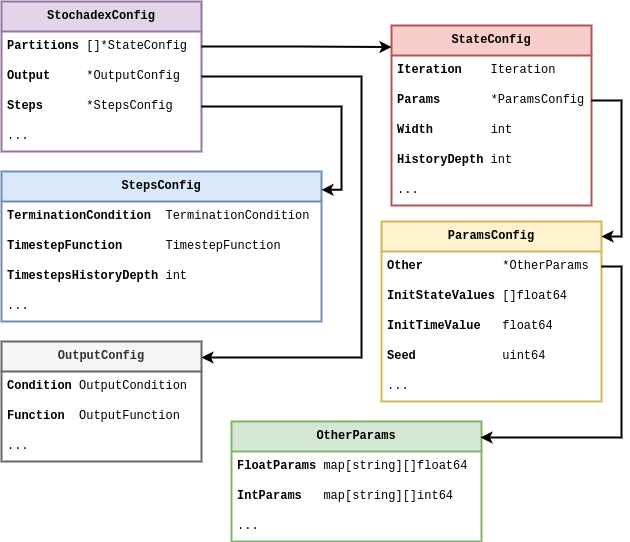
umbralcalc/worlds-of-observation keeps this draw.io diagram as images/chapter-1-stochadex-data-types.drawio.png. Above is the earlier version. Source tidied: cells renumbered, new cells last; positions are measured from the earlier drawing's top-left corner, leaving out a move shared by most shapes.
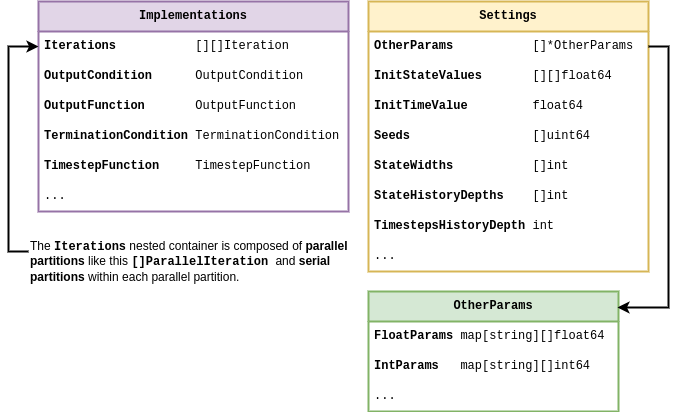
After the commit.

Commit message:
updated chapter 1 with new stochadex version

The edit, as a diff of the source:
```diff
@@ -2,108 +2,56 @@
   <root>
     <mxCell id="0" />
     <mxCell id="1" parent="0" />
-    <mxCell id="2" value="&lt;b&gt;StochadexConfig&lt;/b&gt;" style="swimlane;fontStyle=0;horizontal=1;startSize=30;whiteSpace=wrap;html=1;fontFamily=Courier New;fillColor=#e1d5e7;strokeColor=#9673a6;strokeWidth=2;" parent="1" vertex="1">
-      <mxGeometry width="200" height="150" as="geometry" />
+    <mxCell id="2" value="&lt;b&gt;Implementations&lt;/b&gt;" style="swimlane;fontStyle=0;horizontal=1;startSize=30;whiteSpace=wrap;html=1;fontFamily=Courier New;fillColor=#e1d5e7;strokeColor=#9673a6;strokeWidth=2;" parent="1" vertex="1">
+      <mxGeometry x="60" y="-10" width="310" height="210" as="geometry" />
     </mxCell>
-    <mxCell id="3" value="&lt;b&gt;Partitions&amp;nbsp;&lt;/b&gt;[]*StateConfig" style="text;strokeColor=none;fillColor=none;align=left;verticalAlign=middle;spacingLeft=4;spacingRight=4;overflow=hidden;points=[[0,0.5],[1,0.5]];portConstraint=eastwest;whiteSpace=wrap;html=1;fontFamily=Courier New;" parent="2" vertex="1">
-      <mxGeometry y="30" width="200" height="30" as="geometry" />
+    <mxCell id="3" value="&lt;b&gt;Iterations&amp;nbsp; &amp;nbsp; &amp;nbsp; &amp;nbsp; &amp;nbsp; &amp;nbsp;&lt;/b&gt;[][]Iteration" style="text;strokeColor=none;fillColor=none;align=left;verticalAlign=middle;spacingLeft=4;spacingRight=4;overflow=hidden;points=[[0,0.5],[1,0.5]];portConstraint=eastwest;whiteSpace=wrap;html=1;fontFamily=Courier New;" parent="2" vertex="1">
+      <mxGeometry y="30" width="310" height="30" as="geometry" />
     </mxCell>
-    <mxCell id="4" value="&lt;b&gt;Output&amp;nbsp; &amp;nbsp; &amp;nbsp;&lt;/b&gt;*OutputConfig" style="text;strokeColor=none;fillColor=none;align=left;verticalAlign=middle;spacingLeft=4;spacingRight=4;overflow=hidden;points=[[0,0.5],[1,0.5]];portConstraint=eastwest;whiteSpace=wrap;html=1;fontFamily=Courier New;" parent="2" vertex="1">
-      <mxGeometry y="60" width="200" height="30" as="geometry" />
+    <mxCell id="4" value="&lt;b&gt;OutputCondition&amp;nbsp; &amp;nbsp; &amp;nbsp;&amp;nbsp;&lt;/b&gt;OutputCondition" style="text;strokeColor=none;fillColor=none;align=left;verticalAlign=middle;spacingLeft=4;spacingRight=4;overflow=hidden;points=[[0,0.5],[1,0.5]];portConstraint=eastwest;whiteSpace=wrap;html=1;fontFamily=Courier New;" parent="2" vertex="1">
+      <mxGeometry y="60" width="310" height="30" as="geometry" />
     </mxCell>
-    <mxCell id="5" value="&lt;b&gt;Steps&lt;/b&gt;&amp;nbsp; &amp;nbsp; &amp;nbsp; *StepsConfig" style="text;strokeColor=none;fillColor=none;align=left;verticalAlign=middle;spacingLeft=4;spacingRight=4;overflow=hidden;points=[[0,0.5],[1,0.5]];portConstraint=eastwest;whiteSpace=wrap;html=1;fontFamily=Courier New;" parent="2" vertex="1">
-      <mxGeometry y="90" width="200" height="30" as="geometry" />
-    </mxCell>
-    <mxCell id="6" value="..." style="text;strokeColor=none;fillColor=none;align=left;verticalAlign=middle;spacingLeft=4;spacingRight=4;overflow=hidden;whiteSpace=wrap;html=1;fontFamily=Courier New;" parent="2" vertex="1">
-      <mxGeometry y="120" width="200" height="30" as="geometry" />
-    </mxCell>
-    <mxCell id="7" value="&lt;b&gt;StateConfig&lt;/b&gt;" style="swimlane;fontStyle=0;horizontal=1;startSize=30;whiteSpace=wrap;html=1;fontFamily=Courier New;fillColor=#f8cecc;strokeColor=#b85450;strokeWidth=2;" parent="1" vertex="1">
-      <mxGeometry x="390" y="24" width="200" height="180" as="geometry" />
-    </mxCell>
-    <mxCell id="8" value="&lt;b&gt;Iteration&lt;/b&gt;&amp;nbsp; &amp;nbsp; Iteration" style="text;strokeColor=none;fillColor=none;align=left;verticalAlign=middle;spacingLeft=4;spacingRight=4;overflow=hidden;whiteSpace=wrap;html=1;fontFamily=Courier New;" parent="7" vertex="1">
-      <mxGeometry y="30" width="200" height="30" as="geometry" />
-    </mxCell>
-    <mxCell id="9" value="&lt;b&gt;Params&amp;nbsp;&lt;/b&gt;&amp;nbsp; &amp;nbsp; &amp;nbsp; *ParamsConfig" style="text;strokeColor=none;fillColor=none;align=left;verticalAlign=middle;spacingLeft=4;spacingRight=4;overflow=hidden;points=[[0,0.5],[1,0.5]];portConstraint=eastwest;whiteSpace=wrap;html=1;fontFamily=Courier New;" parent="7" vertex="1">
-      <mxGeometry y="60" width="200" height="30" as="geometry" />
-    </mxCell>
-    <mxCell id="10" value="&lt;b&gt;Width&lt;/b&gt;&amp;nbsp; &amp;nbsp; &amp;nbsp; &amp;nbsp; int" style="text;strokeColor=none;fillColor=none;align=left;verticalAlign=middle;spacingLeft=4;spacingRight=4;overflow=hidden;whiteSpace=wrap;html=1;fontFamily=Courier New;" parent="7" vertex="1">
-      <mxGeometry y="90" width="200" height="30" as="geometry" />
-    </mxCell>
-    <mxCell id="11" value="&lt;b&gt;HistoryDepth&lt;/b&gt; int" style="text;strokeColor=none;fillColor=none;align=left;verticalAlign=middle;spacingLeft=4;spacingRight=4;overflow=hidden;whiteSpace=wrap;html=1;fontFamily=Courier New;" parent="7" vertex="1">
-      <mxGeometry y="120" width="200" height="30" as="geometry" />
-    </mxCell>
-    <mxCell id="12" value="..." style="text;strokeColor=none;fillColor=none;align=left;verticalAlign=middle;spacingLeft=4;spacingRight=4;overflow=hidden;whiteSpace=wrap;html=1;fontFamily=Courier New;" parent="7" vertex="1">
-      <mxGeometry y="150" width="200" height="30" as="geometry" />
-    </mxCell>
-    <mxCell id="13" style="edgeStyle=orthogonalEdgeStyle;rounded=0;jettySize=auto;html=1;entryX=0;entryY=0.12;entryDx=0;entryDy=0;entryPerimeter=0;strokeWidth=2;" parent="1" edge="1" source="3" target="7">
-      <mxGeometry relative="1" as="geometry" />
-    </mxCell>
-    <mxCell id="14" value="&lt;b&gt;StepsConfig&lt;/b&gt;" style="swimlane;fontStyle=0;horizontal=1;startSize=30;whiteSpace=wrap;html=1;fontFamily=Courier New;fillColor=#dae8fc;strokeColor=#6c8ebf;strokeWidth=2;" parent="1" vertex="1">
-      <mxGeometry y="170" width="320" height="150" as="geometry" />
-    </mxCell>
+    <mxCell id="29" value="&lt;b&gt;OutputFunction&lt;/b&gt;&amp;nbsp; &amp;nbsp; &amp;nbsp; &amp;nbsp;OutputFunction" style="text;strokeColor=none;fillColor=none;align=left;verticalAlign=middle;spacingLeft=4;spacingRight=4;overflow=hidden;whiteSpace=wrap;html=1;fontFamily=Courier New;" parent="2" vertex="1">
+      <mxGeometry y="90" width="310" height="30" as="geometry" />
+    </mxCell>
-    <mxCell id="15" value="&lt;b&gt;TerminationCondition&lt;/b&gt;&amp;nbsp; TerminationCondition" style="text;strokeColor=none;fillColor=none;align=left;verticalAlign=middle;spacingLeft=4;spacingRight=4;overflow=hidden;whiteSpace=wrap;html=1;fontFamily=Courier New;" parent="14" vertex="1">
-      <mxGeometry y="30" width="320" height="30" as="geometry" />
+    <mxCell id="15" value="&lt;b&gt;TerminationCondition&lt;/b&gt;&amp;nbsp;TerminationCondition" style="text;strokeColor=none;fillColor=none;align=left;verticalAlign=middle;spacingLeft=4;spacingRight=4;overflow=hidden;whiteSpace=wrap;html=1;fontFamily=Courier New;" parent="2" vertex="1">
+      <mxGeometry y="120" width="310" height="30" as="geometry" />
     </mxCell>
-    <mxCell id="16" value="&lt;b&gt;TimestepFunction&lt;/b&gt;&amp;nbsp; &amp;nbsp; &amp;nbsp; TimestepFunction" style="text;strokeColor=none;fillColor=none;align=left;verticalAlign=middle;spacingLeft=4;spacingRight=4;overflow=hidden;whiteSpace=wrap;html=1;fontFamily=Courier New;" parent="14" vertex="1">
-      <mxGeometry y="60" width="320" height="30" as="geometry" />
+    <mxCell id="16" value="&lt;b&gt;TimestepFunction&lt;/b&gt;&amp;nbsp; &amp;nbsp; &amp;nbsp;TimestepFunction" style="text;strokeColor=none;fillColor=none;align=left;verticalAlign=middle;spacingLeft=4;spacingRight=4;overflow=hidden;whiteSpace=wrap;html=1;fontFamily=Courier New;" parent="2" vertex="1">
+      <mxGeometry y="150" width="310" height="30" as="geometry" />
     </mxCell>
-    <mxCell id="17" value="&lt;b&gt;TimestepsHistoryDepth &lt;/b&gt;int" style="text;strokeColor=none;fillColor=none;align=left;verticalAlign=middle;spacingLeft=4;spacingRight=4;overflow=hidden;whiteSpace=wrap;html=1;fontFamily=Courier New;" parent="14" vertex="1">
-      <mxGeometry y="90" width="320" height="30" as="geometry" />
-    </mxCell>
-    <mxCell id="18" value="..." style="text;strokeColor=none;fillColor=none;align=left;verticalAlign=middle;spacingLeft=4;spacingRight=4;overflow=hidden;whiteSpace=wrap;html=1;fontFamily=Courier New;" parent="14" vertex="1">
-      <mxGeometry y="120" width="320" height="30" as="geometry" />
-    </mxCell>
+    <mxCell id="6" value="..." style="text;strokeColor=none;fillColor=none;align=left;verticalAlign=middle;spacingLeft=4;spacingRight=4;overflow=hidden;whiteSpace=wrap;html=1;fontFamily=Courier New;" parent="2" vertex="1">
+      <mxGeometry y="180" width="310" height="30" as="geometry" />
+    </mxCell>
-    <mxCell id="19" value="&lt;b&gt;ParamsConfig&lt;/b&gt;" style="swimlane;fontStyle=0;horizontal=1;startSize=30;whiteSpace=wrap;html=1;fontFamily=Courier New;strokeWidth=2;fillColor=#fff2cc;strokeColor=#d6b656;" parent="1" vertex="1">
-      <mxGeometry x="380" y="220" width="220" height="180" as="geometry" />
+    <mxCell id="19" value="&lt;b&gt;Settings&lt;/b&gt;" style="swimlane;fontStyle=0;horizontal=1;startSize=30;whiteSpace=wrap;html=1;fontFamily=Courier New;strokeWidth=2;fillColor=#fff2cc;strokeColor=#d6b656;" parent="1" vertex="1">
+      <mxGeometry x="390" y="-10" width="280" height="270" as="geometry" />
     </mxCell>
-    <mxCell id="20" value="&lt;b&gt;Other&lt;/b&gt;&amp;nbsp; &amp;nbsp; &amp;nbsp; &amp;nbsp; &amp;nbsp; &amp;nbsp;*OtherParams" style="text;strokeColor=none;fillColor=none;align=left;verticalAlign=middle;spacingLeft=4;spacingRight=4;overflow=hidden;points=[[0,0.5],[1,0.5]];portConstraint=eastwest;whiteSpace=wrap;html=1;fontFamily=Courier New;" parent="19" vertex="1">
-      <mxGeometry y="30" width="220" height="30" as="geometry" />
+    <mxCell id="20" value="&lt;b&gt;OtherParams&lt;/b&gt;&amp;nbsp; &amp;nbsp; &amp;nbsp; &amp;nbsp; &amp;nbsp; &amp;nbsp;[]*OtherParams" style="text;strokeColor=none;fillColor=none;align=left;verticalAlign=middle;spacingLeft=4;spacingRight=4;overflow=hidden;points=[[0,0.5],[1,0.5]];portConstraint=eastwest;whiteSpace=wrap;html=1;fontFamily=Courier New;" parent="19" vertex="1">
+      <mxGeometry y="30" width="280" height="30" as="geometry" />
     </mxCell>
-    <mxCell id="21" value="&lt;b&gt;InitStateValues&lt;/b&gt; []float64" style="text;strokeColor=none;fillColor=none;align=left;verticalAlign=middle;spacingLeft=4;spacingRight=4;overflow=hidden;whiteSpace=wrap;html=1;fontFamily=Courier New;" parent="19" vertex="1">
-      <mxGeometry y="60" width="220" height="30" as="geometry" />
+    <mxCell id="21" value="&lt;b&gt;InitStateValues&lt;/b&gt;&amp;nbsp; &amp;nbsp; &amp;nbsp; &amp;nbsp;[][]float64" style="text;strokeColor=none;fillColor=none;align=left;verticalAlign=middle;spacingLeft=4;spacingRight=4;overflow=hidden;whiteSpace=wrap;html=1;fontFamily=Courier New;" parent="19" vertex="1">
+      <mxGeometry y="60" width="280" height="30" as="geometry" />
     </mxCell>
-    <mxCell id="22" value="&lt;b&gt;InitTimeValue&lt;/b&gt;&amp;nbsp; &amp;nbsp;float64" style="text;strokeColor=none;fillColor=none;align=left;verticalAlign=middle;spacingLeft=4;spacingRight=4;overflow=hidden;whiteSpace=wrap;html=1;fontFamily=Courier New;" parent="19" vertex="1">
-      <mxGeometry y="90" width="220" height="30" as="geometry" />
+    <mxCell id="22" value="&lt;b&gt;InitTimeValue&lt;/b&gt;&amp;nbsp; &amp;nbsp; &amp;nbsp; &amp;nbsp; &amp;nbsp;float64" style="text;strokeColor=none;fillColor=none;align=left;verticalAlign=middle;spacingLeft=4;spacingRight=4;overflow=hidden;whiteSpace=wrap;html=1;fontFamily=Courier New;" parent="19" vertex="1">
+      <mxGeometry y="90" width="280" height="30" as="geometry" />
     </mxCell>
-    <mxCell id="23" value="&lt;b&gt;Seed&lt;/b&gt;&amp;nbsp; &amp;nbsp; &amp;nbsp; &amp;nbsp; &amp;nbsp; &amp;nbsp; uint64" style="text;strokeColor=none;fillColor=none;align=left;verticalAlign=middle;spacingLeft=4;spacingRight=4;overflow=hidden;whiteSpace=wrap;html=1;fontFamily=Courier New;" parent="19" vertex="1">
-      <mxGeometry y="120" width="220" height="30" as="geometry" />
+    <mxCell id="23" value="&lt;b&gt;Seeds&lt;/b&gt;&amp;nbsp; &amp;nbsp; &amp;nbsp; &amp;nbsp; &amp;nbsp; &amp;nbsp; &amp;nbsp; &amp;nbsp; &amp;nbsp;[]uint64" style="text;strokeColor=none;fillColor=none;align=left;verticalAlign=middle;spacingLeft=4;spacingRight=4;overflow=hidden;whiteSpace=wrap;html=1;fontFamily=Courier New;" parent="19" vertex="1">
+      <mxGeometry y="120" width="280" height="30" as="geometry" />
     </mxCell>
+    <mxCell id="37" value="&lt;b&gt;StateWidths&lt;/b&gt;&amp;nbsp; &amp;nbsp; &amp;nbsp; &amp;nbsp; &amp;nbsp; &amp;nbsp;[]int" style="text;strokeColor=none;fillColor=none;align=left;verticalAlign=middle;spacingLeft=4;spacingRight=4;overflow=hidden;whiteSpace=wrap;html=1;fontFamily=Courier New;" parent="19" vertex="1">
+      <mxGeometry y="150" width="280" height="30" as="geometry" />
+    </mxCell>
+    <mxCell id="38" value="&lt;b&gt;StateHistoryDepths&lt;/b&gt;&amp;nbsp; &amp;nbsp; []int" style="text;strokeColor=none;fillColor=none;align=left;verticalAlign=middle;spacingLeft=4;spacingRight=4;overflow=hidden;whiteSpace=wrap;html=1;fontFamily=Courier New;" parent="19" vertex="1">
+      <mxGeometry y="180" width="280" height="30" as="geometry" />
+    </mxCell>
+    <mxCell id="17" value="&lt;b&gt;TimestepsHistoryDepth &lt;/b&gt;int" style="text;strokeColor=none;fillColor=none;align=left;verticalAlign=middle;spacingLeft=4;spacingRight=4;overflow=hidden;whiteSpace=wrap;html=1;fontFamily=Courier New;" parent="19" vertex="1">
+      <mxGeometry y="210" width="280" height="30" as="geometry" />
+    </mxCell>
     <mxCell id="24" value="..." style="text;strokeColor=none;fillColor=none;align=left;verticalAlign=middle;spacingLeft=4;spacingRight=4;overflow=hidden;whiteSpace=wrap;html=1;fontFamily=Courier New;" parent="19" vertex="1">
-      <mxGeometry y="150" width="220" height="30" as="geometry" />
+      <mxGeometry y="240" width="280" height="30" as="geometry" />
     </mxCell>
-    <mxCell id="25" style="edgeStyle=orthogonalEdgeStyle;rounded=0;jettySize=auto;html=1;entryX=1;entryY=0.083;entryDx=0;entryDy=0;entryPerimeter=0;strokeWidth=2;exitX=1;exitY=0.5;exitDx=0;exitDy=0;" parent="1" edge="1" source="9" target="19">
-      <mxGeometry relative="1" as="geometry" />
-    </mxCell>
-    <mxCell id="26" style="edgeStyle=orthogonalEdgeStyle;rounded=0;jettySize=auto;html=1;entryX=1;entryY=0.122;entryDx=0;entryDy=0;strokeWidth=2;entryPerimeter=0;exitX=1;exitY=0.5;exitDx=0;exitDy=0;" parent="1" edge="1" source="5" target="14">
-      <mxGeometry relative="1" as="geometry">
-        <Array as="points">
-          <mxPoint x="340" y="105" />
-          <mxPoint x="340" y="188" />
-        </Array>
-      </mxGeometry>
-    </mxCell>
-    <mxCell id="27" value="&lt;b&gt;OutputConfig&lt;/b&gt;" style="swimlane;fontStyle=0;horizontal=1;startSize=30;whiteSpace=wrap;html=1;fontFamily=Courier New;fillColor=#f5f5f5;strokeColor=#666666;strokeWidth=2;fontColor=#333333;" parent="1" vertex="1">
-      <mxGeometry y="340" width="200" height="120" as="geometry" />
-    </mxCell>
-    <mxCell id="28" value="&lt;b&gt;Condition&lt;/b&gt; OutputCondition" style="text;strokeColor=none;fillColor=none;align=left;verticalAlign=middle;spacingLeft=4;spacingRight=4;overflow=hidden;whiteSpace=wrap;html=1;fontFamily=Courier New;" parent="27" vertex="1">
-      <mxGeometry y="30" width="200" height="30" as="geometry" />
-    </mxCell>
-    <mxCell id="29" value="&lt;b&gt;Function&lt;/b&gt;&amp;nbsp; OutputFunction" style="text;strokeColor=none;fillColor=none;align=left;verticalAlign=middle;spacingLeft=4;spacingRight=4;overflow=hidden;whiteSpace=wrap;html=1;fontFamily=Courier New;" parent="27" vertex="1">
-      <mxGeometry y="60" width="200" height="30" as="geometry" />
-    </mxCell>
-    <mxCell id="30" value="..." style="text;strokeColor=none;fillColor=none;align=left;verticalAlign=middle;spacingLeft=4;spacingRight=4;overflow=hidden;whiteSpace=wrap;html=1;fontFamily=Courier New;" parent="27" vertex="1">
-      <mxGeometry y="90" width="200" height="30" as="geometry" />
-    </mxCell>
-    <mxCell id="31" style="edgeStyle=orthogonalEdgeStyle;rounded=0;jettySize=auto;html=1;exitX=1;exitY=0.5;exitDx=0;exitDy=0;strokeWidth=2;entryX=1;entryY=0.133;entryDx=0;entryDy=0;entryPerimeter=0;" parent="1" edge="1" source="4" target="27">
-      <mxGeometry relative="1" as="geometry">
-        <Array as="points">
-          <mxPoint x="360" y="75" />
-          <mxPoint x="360" y="356" />
-        </Array>
-      </mxGeometry>
-    </mxCell>
     <mxCell id="32" value="&lt;b&gt;OtherParams&lt;/b&gt;" style="swimlane;fontStyle=0;horizontal=1;startSize=30;whiteSpace=wrap;html=1;fontFamily=Courier New;strokeWidth=2;fillColor=#d5e8d4;strokeColor=#82b366;" parent="1" vertex="1">
-      <mxGeometry x="230" y="420" width="250" height="120" as="geometry" />
+      <mxGeometry x="390" y="280" width="250" height="120" as="geometry" />
     </mxCell>
     <mxCell id="33" value="&lt;b&gt;FloatParams &lt;/b&gt;map[string][]float64" style="text;strokeColor=none;fillColor=none;align=left;verticalAlign=middle;spacingLeft=4;spacingRight=4;overflow=hidden;whiteSpace=wrap;html=1;fontFamily=Courier New;" parent="32" vertex="1">
       <mxGeometry y="30" width="250" height="30" as="geometry" />
@@ -114,13 +62,25 @@
     <mxCell id="35" value="..." style="text;strokeColor=none;fillColor=none;align=left;verticalAlign=middle;spacingLeft=4;spacingRight=4;overflow=hidden;whiteSpace=wrap;html=1;fontFamily=Courier New;" parent="32" vertex="1">
       <mxGeometry y="90" width="250" height="30" as="geometry" />
     </mxCell>
-    <mxCell id="36" style="edgeStyle=orthogonalEdgeStyle;rounded=0;jettySize=auto;html=1;entryX=0.996;entryY=0.133;entryDx=0;entryDy=0;entryPerimeter=0;strokeWidth=2;" parent="1" edge="1" source="20" target="32">
+    <mxCell id="36" style="edgeStyle=orthogonalEdgeStyle;rounded=0;jettySize=auto;html=1;entryX=0.996;entryY=0.133;entryDx=0;entryDy=0;entryPerimeter=0;strokeWidth=2;exitX=1;exitY=0.5;exitDx=0;exitDy=0;" parent="1" edge="1" source="20" target="32">
       <mxGeometry relative="1" as="geometry">
         <Array as="points">
-          <mxPoint x="620" y="265" />
-          <mxPoint x="620" y="436" />
+          <mxPoint x="690" y="35" />
+          <mxPoint x="690" y="296" />
         </Array>
       </mxGeometry>
     </mxCell>
+    <mxCell id="39" style="edgeStyle=orthogonalEdgeStyle;rounded=0;jettySize=auto;html=1;entryX=0;entryY=0.5;entryDx=0;entryDy=0;strokeWidth=2;" parent="1" edge="1" target="3">
+      <mxGeometry relative="1" as="geometry">
+        <mxPoint x="50" y="240" as="sourcePoint" />
+        <Array as="points">
+          <mxPoint x="30" y="240" />
+          <mxPoint x="30" y="35" />
+        </Array>
+      </mxGeometry>
+    </mxCell>
+    <mxCell id="40" value="The &lt;b&gt;&lt;font face=&quot;Courier New&quot;&gt;Iterations&lt;/font&gt;&lt;/b&gt; nested container is composed of &lt;b&gt;parallel partitions&lt;/b&gt; like this&lt;b&gt; &lt;/b&gt;&lt;font style=&quot;&quot; face=&quot;Courier New&quot;&gt;&lt;b&gt;[]ParallelIteration&lt;/b&gt;&amp;nbsp;&lt;/font&gt;and &lt;b&gt;serial partitions &lt;/b&gt;within each parallel partition.&lt;b&gt;&amp;nbsp;&lt;/b&gt;" style="text;html=1;align=left;verticalAlign=middle;whiteSpace=wrap;rounded=0;" parent="1" vertex="1">
+      <mxGeometry x="50" y="220" width="320" height="60" as="geometry" />
+    </mxCell>
   </root>
 </mxGraphModel>
```
